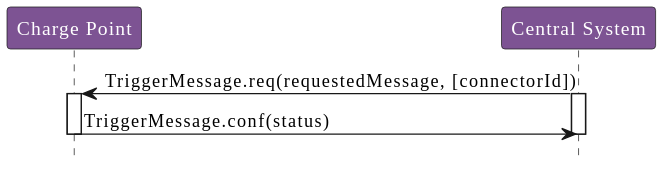
Above: OCPP_1.6/images/figure_38.svg in phoi5675/ocpp-markdown (PlantUML), before the change.
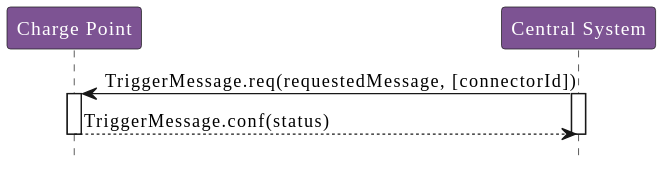
Above is the later version.

Diff of the diagram source:
```diff
@@ -5,12 +5,10 @@
 participant "Central System" as CentralSystem
 
 CentralSystem -> ChargePoint : TriggerMessage.req(requestedMessage, [connectorId])
-
 activate ChargePoint
 activate CentralSystem
 
-ChargePoint -> CentralSystem : TriggerMessage.conf(status)
-
+ChargePoint --> CentralSystem : TriggerMessage.conf(status)
 deactivate CentralSystem
 deactivate ChargePoint
 @enduml
```
